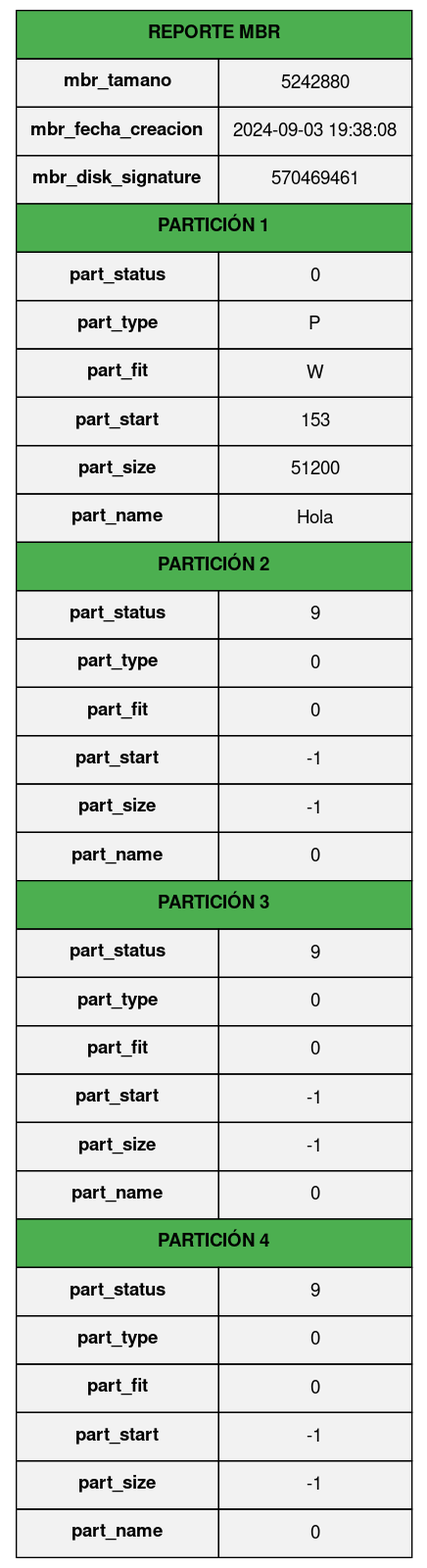
The Graphviz diagram r_outputs/mbr_report.png in JoseLorenzana272/Disk-Creator-Simulation, before a commit. Its source is kept beside it as r_outputs/mbr_report.dot. Its diagram source:
```dot
digraph G {
        node [shape=plaintext, fontname="Helvetica, Arial, sans-serif"]
        tabla [label=<
            <table border="0" cellborder="1" cellspacing="0" cellpadding="10" bgcolor="#f2f2f2">
                <tr><td colspan="2" bgcolor="#4CAF50" align="center"><b>REPORTE MBR</b></td></tr>
                <tr bgcolor="#dddddd"><td><b>mbr_tamano</b></td><td>5242880</td></tr>
                <tr><td><b>mbr_fecha_creacion</b></td><td>2024-09-03 19:38:08</td></tr>
                <tr bgcolor="#dddddd"><td><b>mbr_disk_signature</b></td><td>570469461</td></tr>

				<tr><td colspan="2" bgcolor="#4CAF50" align="center"><b>PARTICIÓN 1</b></td></tr>
				<tr bgcolor="#eeeeee"><td><b>part_status</b></td><td>0</td></tr>
				<tr bgcolor="#ffffff"><td><b>part_type</b></td><td>P</td></tr>
				<tr bgcolor="#eeeeee"><td><b>part_fit</b></td><td>W</td></tr>
				<tr bgcolor="#ffffff"><td><b>part_start</b></td><td>153</td></tr>
				<tr bgcolor="#eeeeee"><td><b>part_size</b></td><td>51200</td></tr>
				<tr bgcolor="#ffffff"><td><b>part_name</b></td><td>Hola</td></tr>

				<tr><td colspan="2" bgcolor="#4CAF50" align="center"><b>PARTICIÓN 2</b></td></tr>
				<tr bgcolor="#ffffff"><td><b>part_status</b></td><td>9</td></tr>
				<tr bgcolor="#ffffff"><td><b>part_type</b></td><td>0</td></tr>
				<tr bgcolor="#ffffff"><td><b>part_fit</b></td><td>0</td></tr>
				<tr bgcolor="#ffffff"><td><b>part_start</b></td><td>-1</td></tr>
				<tr bgcolor="#ffffff"><td><b>part_size</b></td><td>-1</td></tr>
				<tr bgcolor="#ffffff"><td><b>part_name</b></td><td>0</td></tr>

				<tr><td colspan="2" bgcolor="#4CAF50" align="center"><b>PARTICIÓN 3</b></td></tr>
				<tr bgcolor="#eeeeee"><td><b>part_status</b></td><td>9</td></tr>
				<tr bgcolor="#ffffff"><td><b>part_type</b></td><td>0</td></tr>
				<tr bgcolor="#eeeeee"><td><b>part_fit</b></td><td>0</td></tr>
				<tr bgcolor="#ffffff"><td><b>part_start</b></td><td>-1</td></tr>
				<tr bgcolor="#eeeeee"><td><b>part_size</b></td><td>-1</td></tr>
				<tr bgcolor="#ffffff"><td><b>part_name</b></td><td>0</td></tr>

				<tr><td colspan="2" bgcolor="#4CAF50" align="center"><b>PARTICIÓN 4</b></td></tr>
				<tr bgcolor="#ffffff"><td><b>part_status</b></td><td>9</td></tr>
				<tr bgcolor="#ffffff"><td><b>part_type</b></td><td>0</td></tr>
				<tr bgcolor="#ffffff"><td><b>part_fit</b></td><td>0</td></tr>
				<tr bgcolor="#ffffff"><td><b>part_start</b></td><td>-1</td></tr>
				<tr bgcolor="#ffffff"><td><b>part_size</b></td><td>-1</td></tr>
				<tr bgcolor="#ffffff"><td><b>part_name</b></td><td>0</td></tr>
			</table>>] }
```
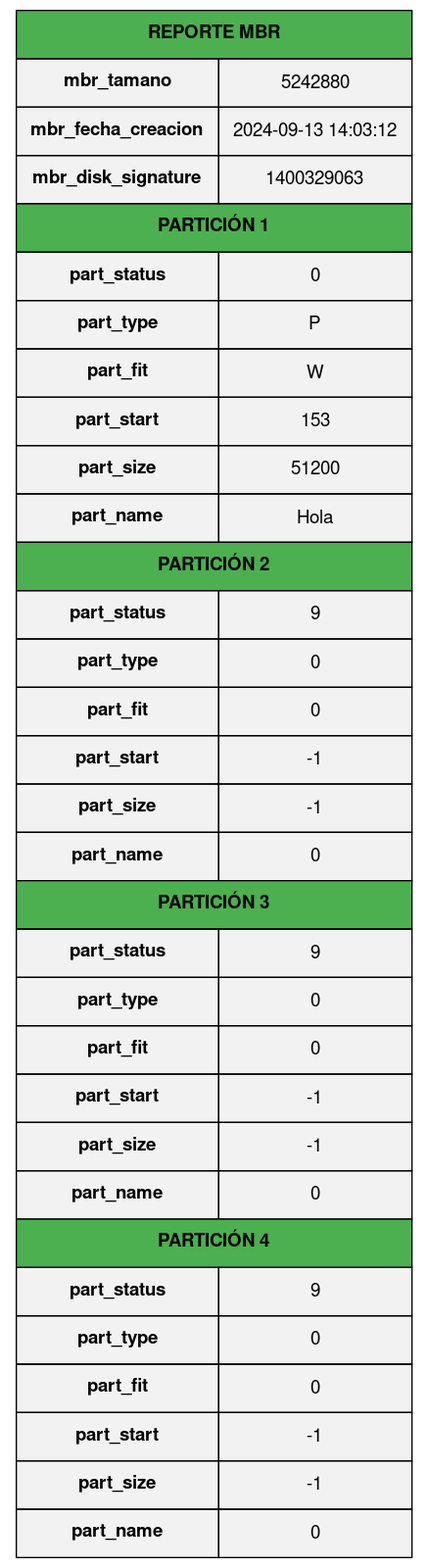
After the change.

What changed in the source:
```diff
@@ -4,8 +4,8 @@
             <table border="0" cellborder="1" cellspacing="0" cellpadding="10" bgcolor="#f2f2f2">
                 <tr><td colspan="2" bgcolor="#4CAF50" align="center"><b>REPORTE MBR</b></td></tr>
                 <tr bgcolor="#dddddd"><td><b>mbr_tamano</b></td><td>5242880</td></tr>
-                <tr><td><b>mbr_fecha_creacion</b></td><td>2024-09-03 19:38:08</td></tr>
-                <tr bgcolor="#dddddd"><td><b>mbr_disk_signature</b></td><td>570469461</td></tr>
+                <tr><td><b>mbr_fecha_creacion</b></td><td>2024-09-13 14:03:12</td></tr>
+                <tr bgcolor="#dddddd"><td><b>mbr_disk_signature</b></td><td>1400329063</td></tr>
 
 				<tr><td colspan="2" bgcolor="#4CAF50" align="center"><b>PARTICIÓN 1</b></td></tr>
 				<tr bgcolor="#eeeeee"><td><b>part_status</b></td><td>0</td></tr>
```
